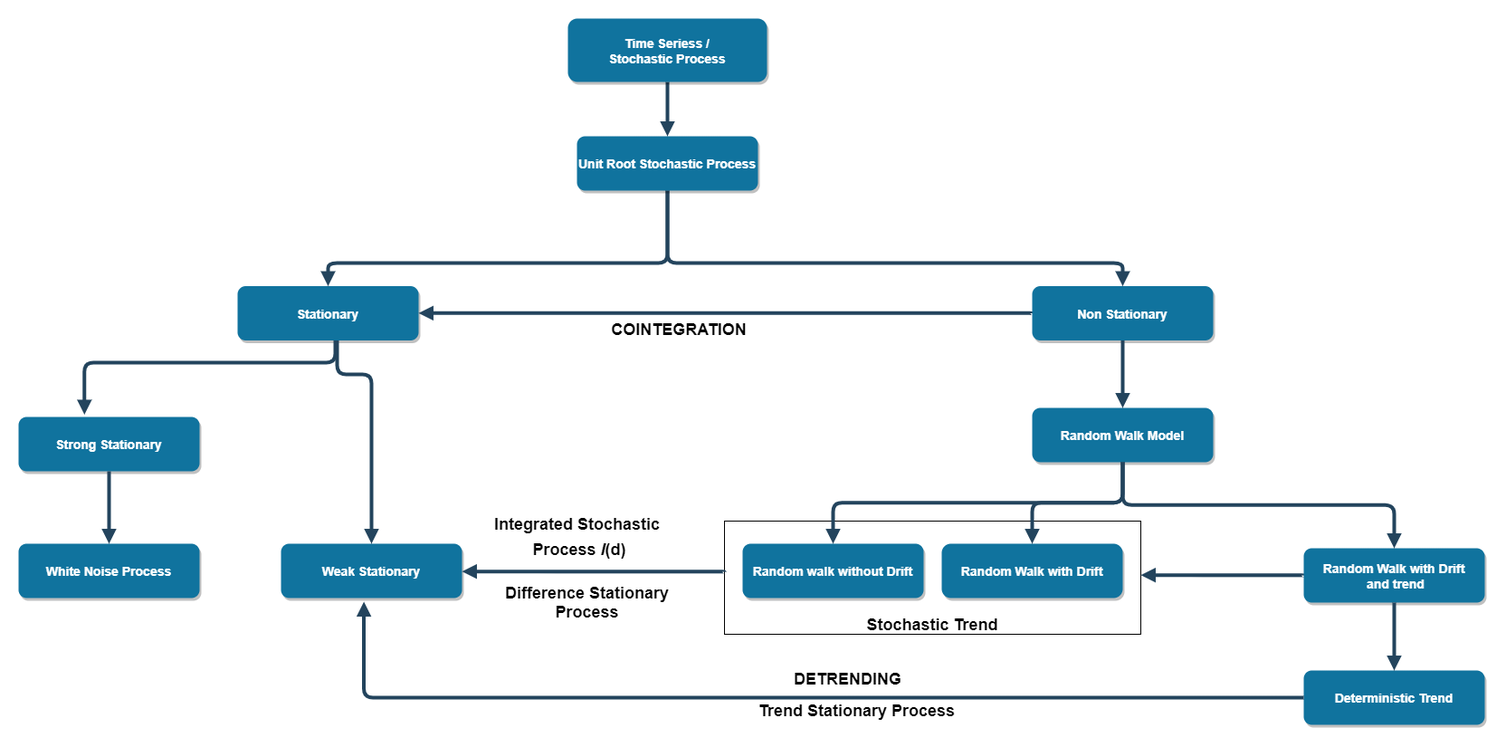
solidate/Time-Series keeps this draw.io diagram as Images/Stochastic Process.png. Above is the earlier version. Source tidied: cells renumbered, new cells last; positions are measured from the earlier drawing's top-left corner, leaving out a move shared by most shapes.
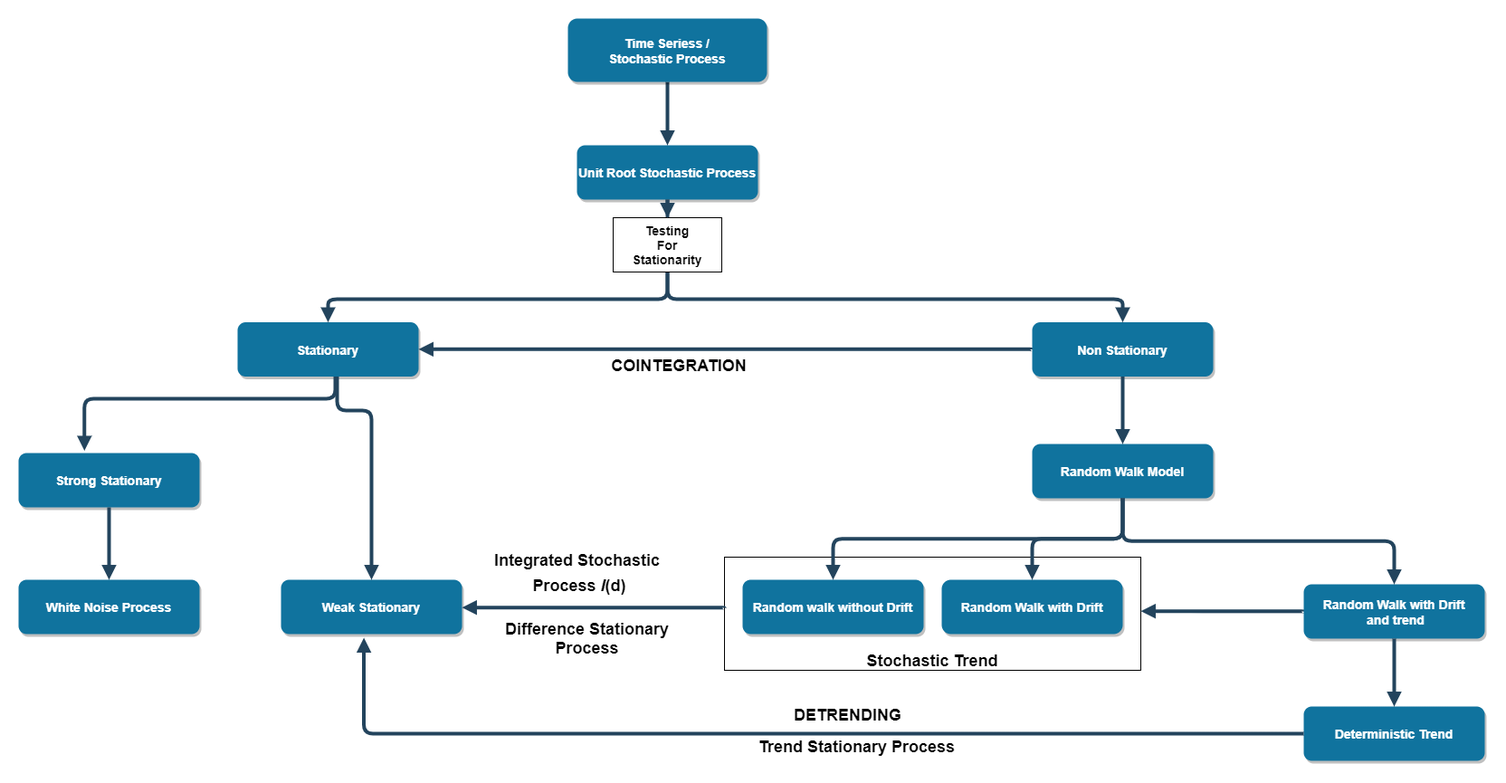
The same file after the commit.

Commit message:
Completed Intro

What changed in the source:
```diff
@@ -47,7 +47,7 @@
         </Array>
       </mxGeometry>
     </mxCell>
-    <mxCell id="15" style="edgeStyle=elbowEdgeStyle;elbow=vertical;strokeWidth=4;endArrow=block;endFill=1;fontStyle=1;strokeColor=#23445D;exitX=0.5;exitY=1;exitDx=0;exitDy=0;" parent="1" edge="1" source="22" target="5">
+    <mxCell id="15" style="edgeStyle=elbowEdgeStyle;elbow=vertical;strokeWidth=4;endArrow=block;endFill=1;fontStyle=1;strokeColor=#23445D;exitX=0.5;exitY=1;exitDx=0;exitDy=0;" parent="1" edge="1" source="36" target="5">
       <mxGeometry x="22" y="165.5" as="geometry">
         <Array as="points">
           <mxPoint x="780" y="270" />
@@ -60,7 +60,7 @@
       <mxGeometry relative="1" as="geometry" />
     </mxCell>
     <mxCell id="17" value="Time Seriess / &#10;Stochastic Process" style="rounded=1;fillColor=#10739E;strokeColor=none;shadow=1;gradientColor=none;fontStyle=1;fontColor=#FFFFFF;fontSize=14;" parent="1" vertex="1">
-      <mxGeometry x="607" width="220" height="70" as="geometry" />
+      <mxGeometry x="607" y="-40" width="220" height="70" as="geometry" />
     </mxCell>
     <mxCell id="18" style="edgeStyle=elbowEdgeStyle;elbow=vertical;strokeWidth=4;endArrow=block;endFill=1;fontStyle=1;strokeColor=#23445D;entryX=0.5;entryY=0;entryDx=0;entryDy=0;" parent="1" edge="1" target="7">
       <mxGeometry x="-88" y="31" as="geometry">
@@ -90,7 +90,7 @@
       <mxGeometry x="100" y="155.5" as="geometry" />
     </mxCell>
     <mxCell id="22" value="Unit Root Stochastic Process" style="rounded=1;fillColor=#10739E;strokeColor=none;shadow=1;gradientColor=none;fontStyle=1;fontColor=#FFFFFF;fontSize=14;" parent="1" vertex="1">
-      <mxGeometry x="617" y="130" width="200" height="60" as="geometry" />
+      <mxGeometry x="617" y="100" width="200" height="60" as="geometry" />
     </mxCell>
     <mxCell id="23" style="edgeStyle=elbowEdgeStyle;elbow=vertical;strokeWidth=4;endArrow=block;endFill=1;fontStyle=1;strokeColor=#23445D;exitX=0.5;exitY=1;exitDx=0;exitDy=0;entryX=0.5;entryY=0;entryDx=0;entryDy=0;" parent="1" edge="1" source="6" target="24">
       <mxGeometry x="-398.7" y="185.5" as="geometry">
@@ -139,5 +139,14 @@
     <mxCell id="35" value="&lt;font style=&quot;font-size: 18px&quot;&gt;&lt;b&gt;Trend Stationary Process&lt;/b&gt;&lt;/font&gt;" style="text;html=1;strokeColor=none;fillColor=none;align=center;verticalAlign=middle;whiteSpace=wrap;rounded=0;" parent="1" vertex="1">
       <mxGeometry x="800" y="750" width="253" height="30" as="geometry" />
     </mxCell>
+    <mxCell id="36" style="rounded=0;whiteSpace=wrap;html=1;" parent="1" vertex="1">
+      <mxGeometry x="657" y="180" width="120" height="60" as="geometry" />
+    </mxCell>
+    <mxCell id="37" style="edgeStyle=elbowEdgeStyle;elbow=vertical;strokeWidth=4;endArrow=block;endFill=1;fontStyle=1;strokeColor=#23445D;exitX=0.5;exitY=1;exitDx=0;exitDy=0;" parent="1" edge="1" source="22" target="36">
+      <mxGeometry x="22" y="165.5" as="geometry" />
+    </mxCell>
+    <mxCell id="38" value="&lt;font style=&quot;font-size: 14px&quot;&gt;&lt;b&gt;Testing&lt;br&gt;&amp;nbsp;For&amp;nbsp;&lt;br&gt;Stationarity&lt;/b&gt;&lt;/font&gt;" style="text;html=1;strokeColor=none;fillColor=none;align=center;verticalAlign=middle;whiteSpace=wrap;rounded=0;" parent="1" vertex="1">
+      <mxGeometry x="652" y="205" width="130" height="10" as="geometry" />
+    </mxCell>
   </root>
 </mxGraphModel>
```
